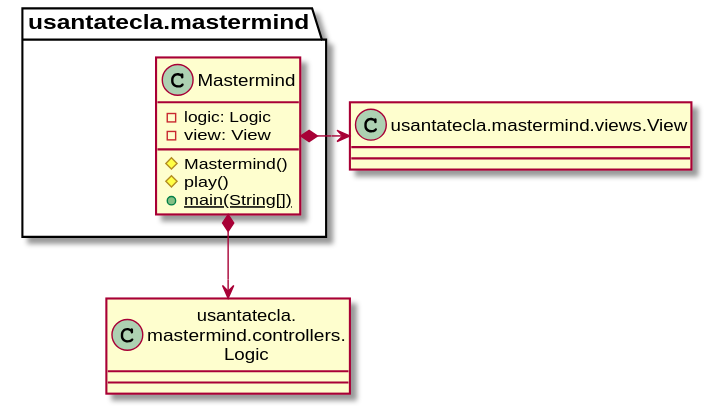
Above: modelViewPresenter/presentationModel/withComposite/docs/diagrams/out/paquetes/mastermind.svg in SantaTecla-mastermind/solution.java.swing.socket.sql (PlantUML), before the change.
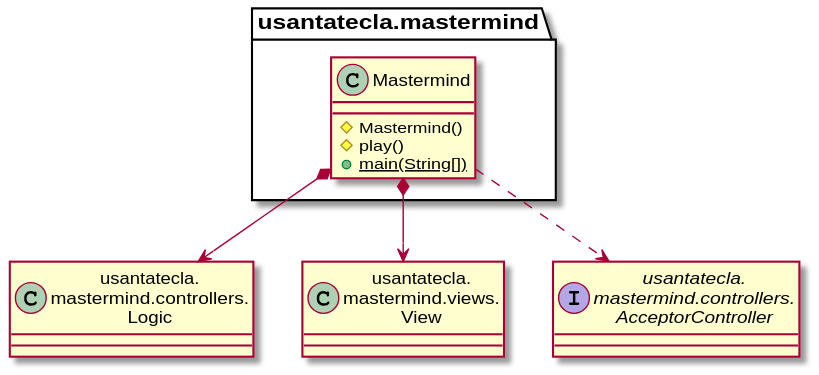
After the commit.

Diff of the diagram source:
```diff
@@ -1,18 +1,14 @@
 @startuml
 class Logic as "usantatecla.\nmastermind.controllers.\nLogic"
+class View as "usantatecla.\nmastermind.views.\nView"
+interface AcceptorController as "usantatecla.\nmastermind.controllers.\nAcceptorController"
 
 class  usantatecla.mastermind.Mastermind{
-- logic: Logic
-- view: View
-# Mastermind()
-# play()
-+ {static} main(String[])
+    # Mastermind()
+    # play()
+    + {static} main(String[])
 }
-
-class View as "usantatecla.mastermind.views.View" {
-
-
-}
-usantatecla.mastermind.Mastermind *-> View
+usantatecla.mastermind.Mastermind *-down-> View
 usantatecla.mastermind.Mastermind *-down-> Logic
+usantatecla.mastermind.Mastermind .down.> AcceptorController
 @enduml
```
